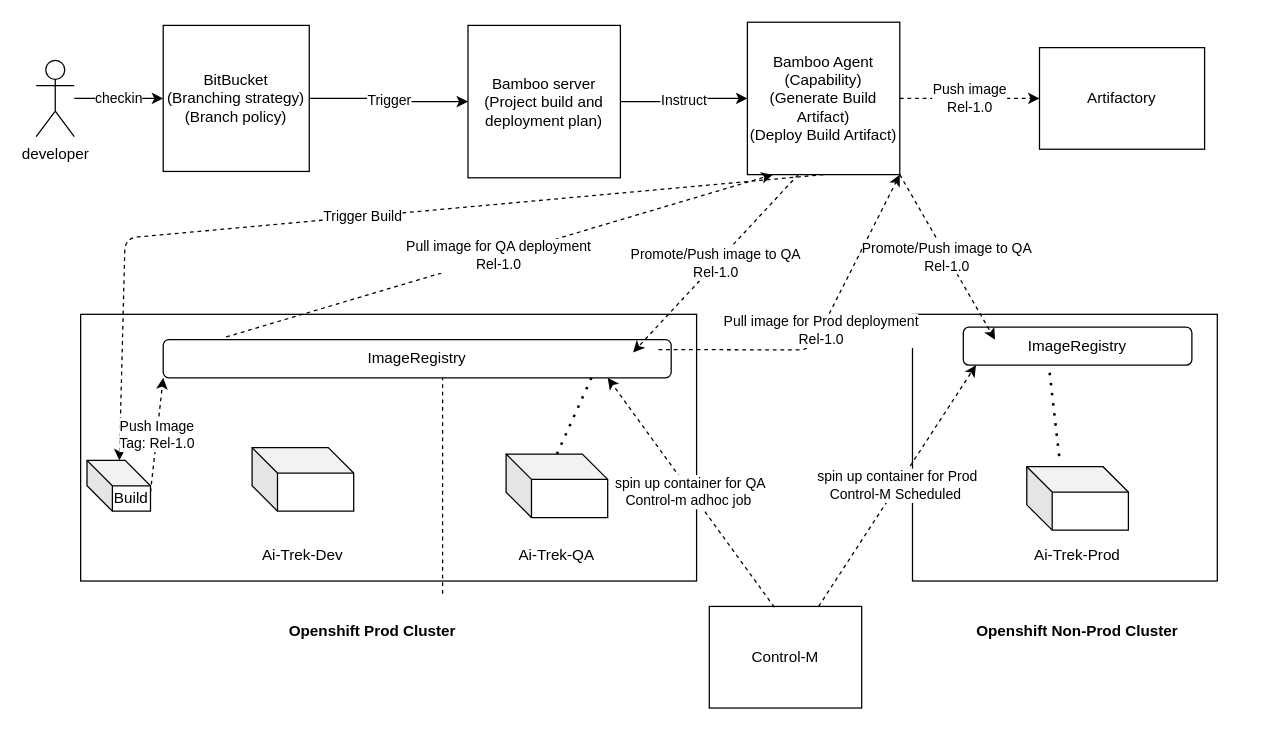
sandeepeat2014/2much2learn keeps this draw.io diagram as CTI.drawio. Above is the earlier version. Source tidied: cells renumbered, new cells numbered last; positions are measured from the earlier drawing's top-left corner, leaving out a move shared by most shapes. Both pictures are drawn from the tidied source at 127%, with x=0, y=0 at pixel (36, 22).
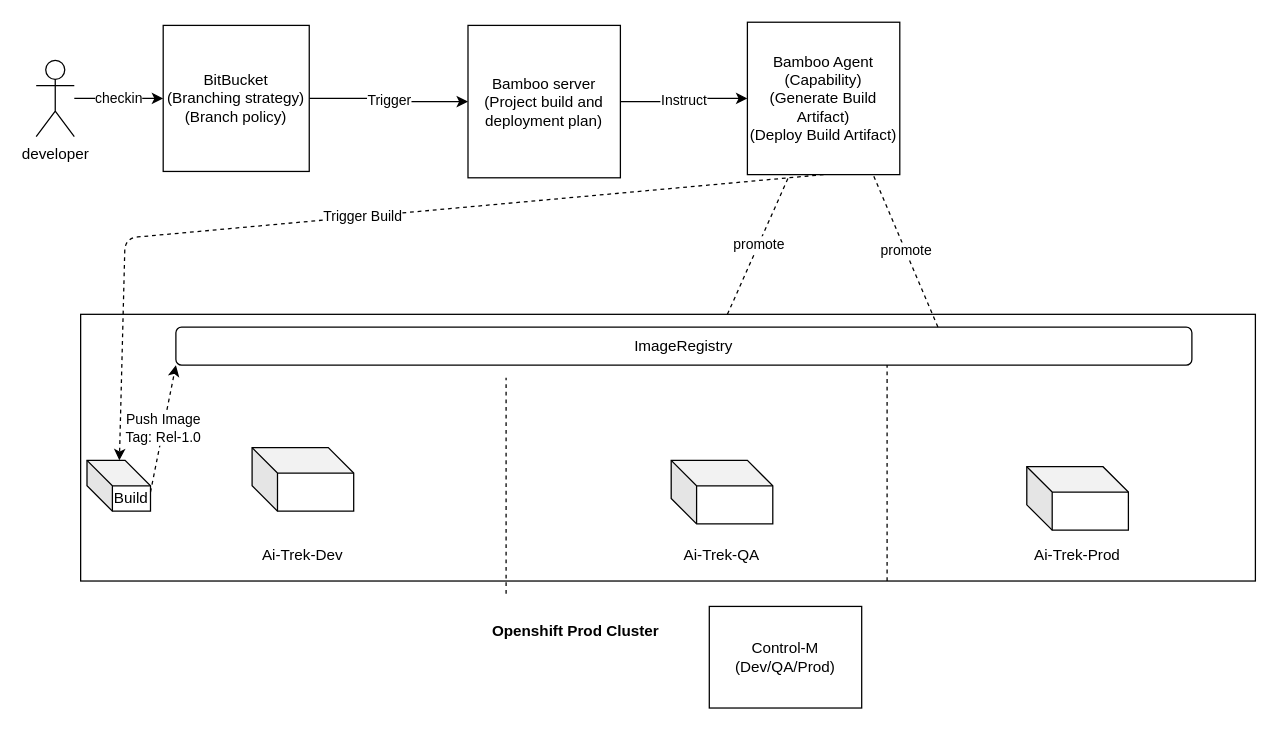
The same diagram, later.

Unchanged cells that the change refers to:
```xml
<mxCell id="9" value="Bamboo Agent&lt;br&gt;(Capability)&lt;br&gt;(Generate Build Artifact)&lt;br&gt;(Deploy Build Artifact)" style="rounded=0;whiteSpace=wrap;html=1;" parent="1" vertex="1">
  <mxGeometry x="560" width="120" height="120" as="geometry" />
</mxCell>
```

Diff of the diagram source:
```diff
@@
-    <mxCell id="8" value="Push image&lt;br&gt;Rel-1.0" style="edgeStyle=orthogonalEdgeStyle;rounded=0;jettySize=auto;html=1;dashed=1;" parent="1" edge="1" source="9" target="10">
-      <mxGeometry relative="1" as="geometry" />
-    </mxCell>
@@
-    <mxCell id="10" value="Artifactory" style="rounded=0;whiteSpace=wrap;html=1;" parent="1" vertex="1">
-      <mxGeometry x="790" y="20" width="130" height="80" as="geometry" />
-    </mxCell>
     <mxCell id="11" style="rounded=0;whiteSpace=wrap;html=1;" parent="1" vertex="1">
-      <mxGeometry x="35" y="230" width="485" height="210" as="geometry" />
+      <mxGeometry x="35" y="230" width="925" height="210" as="geometry" />
     </mxCell>
-    <mxCell id="12" value="Openshift Non-Prod Cluster" style="text;html=1;strokeColor=none;fillColor=none;align=center;verticalAlign=middle;whiteSpace=wrap;rounded=0;fontStyle=1;" parent="1" vertex="1">
-      <mxGeometry x="725" y="470" width="190" height="20" as="geometry" />
-    </mxCell>
     <mxCell id="13" value="ImageRegistry" style="rounded=1;whiteSpace=wrap;html=1;" parent="1" vertex="1">
-      <mxGeometry x="100" y="250" width="400" height="30" as="geometry" />
+      <mxGeometry x="110" y="240" width="800" height="30" as="geometry" />
     </mxCell>
-    <mxCell id="14" value="Control-M" style="rounded=0;whiteSpace=wrap;html=1;" parent="1" vertex="1">
+    <mxCell id="14" value="Control-M&lt;br&gt;(Dev/QA/Prod)" style="rounded=0;whiteSpace=wrap;html=1;" parent="1" vertex="1">
       <mxGeometry x="530" y="460" width="120" height="80" as="geometry" />
     </mxCell>
     <mxCell id="15" style="shape=cube;whiteSpace=wrap;html=1;boundedLbl=1;backgroundOutline=1;darkOpacity=0.05;darkOpacity2=0.1;" parent="1" vertex="1">
-      <mxGeometry x="370" y="340" width="80" height="50" as="geometry" />
+      <mxGeometry x="500" y="345" width="80" height="50" as="geometry" />
     </mxCell>
@@
     <mxCell id="17" style="endArrow=none;dashed=1;html=1;exitX=0.5;exitY=0;exitDx=0;exitDy=0;" parent="1" edge="1">
       <mxGeometry relative="1" as="geometry">
-        <mxPoint x="320" y="450" as="sourcePoint" />
-        <mxPoint x="320" y="280" as="targetPoint" />
+        <mxPoint x="370" y="450" as="sourcePoint" />
+        <mxPoint x="370" y="280" as="targetPoint" />
       </mxGeometry>
     </mxCell>
     <mxCell id="18" value="Ai-Trek-QA" style="text;html=1;strokeColor=none;fillColor=none;align=center;verticalAlign=middle;whiteSpace=wrap;rounded=0;" parent="1" vertex="1">
-      <mxGeometry x="370" y="410" width="80" height="20" as="geometry" />
+      <mxGeometry x="500" y="410" width="80" height="20" as="geometry" />
     </mxCell>
-    <mxCell id="19" style="rounded=0;whiteSpace=wrap;html=1;" parent="1" vertex="1">
-      <mxGeometry x="690" y="230" width="240" height="210" as="geometry" />
-    </mxCell>
     <mxCell id="20" value="Openshift Prod Cluster" style="text;html=1;strokeColor=none;fillColor=none;align=center;verticalAlign=middle;whiteSpace=wrap;rounded=0;fontStyle=1;" parent="1" vertex="1">
-      <mxGeometry x="180" y="470" width="170" height="20" as="geometry" />
+      <mxGeometry x="340" y="470" width="170" height="20" as="geometry" />
     </mxCell>
-    <mxCell id="21" value="ImageRegistry" style="rounded=1;whiteSpace=wrap;html=1;" parent="1" vertex="1">
-      <mxGeometry x="730" y="240" width="180" height="30" as="geometry" />
-    </mxCell>
@@
-    <mxCell id="28" value="Pull image for QA deployment&lt;br&gt;Rel-1.0" style="endArrow=classic;html=1;dashed=1;exitX=0.124;exitY=-0.073;exitDx=0;exitDy=0;exitPerimeter=0;" parent="1" edge="1" source="13">
-      <mxGeometry relative="1" as="geometry">
-        <mxPoint x="580" y="120" as="targetPoint" />
-      </mxGeometry>
-    </mxCell>
-    <mxCell id="29" value="Promote/Push image to QA&lt;br&gt;Rel-1.0" style="endArrow=classic;html=1;dashed=1;" parent="1" edge="1">
-      <mxGeometry relative="1" as="geometry">
-        <mxPoint x="600" y="120" as="sourcePoint" />
-        <mxPoint x="470" y="260" as="targetPoint" />
-      </mxGeometry>
-    </mxCell>
-    <mxCell id="30" value="spin up container for QA&lt;br&gt;Control-m adhoc job&amp;nbsp;" style="endArrow=classic;html=1;dashed=1;exitX=0.427;exitY=0.008;exitDx=0;exitDy=0;exitPerimeter=0;entryX=0.875;entryY=1;entryDx=0;entryDy=0;entryPerimeter=0;" parent="1" edge="1" source="14" target="13">
-      <mxGeometry relative="1" as="geometry" />
-    </mxCell>
-    <mxCell id="31" style="endArrow=none;dashed=1;html=1;dashPattern=1 3;strokeWidth=2;entryX=0.844;entryY=0.967;entryDx=0;entryDy=0;entryPerimeter=0;" parent="1" edge="1" target="13">
-      <mxGeometry relative="1" as="geometry">
-        <mxPoint x="410" y="340" as="sourcePoint" />
-      </mxGeometry>
-    </mxCell>
-    <mxCell id="32" value="Pull image for Prod deployment&lt;br&gt;Rel-1.0" style="endArrow=classic;html=1;dashed=1;exitX=0.124;exitY=-0.073;exitDx=0;exitDy=0;exitPerimeter=0;entryX=1;entryY=1;entryDx=0;entryDy=0;" parent="1" edge="1" target="9">
-      <mxGeometry relative="1" as="geometry">
-        <mxPoint x="490" y="257.8" as="sourcePoint" />
-        <Array as="points">
-          <mxPoint x="610" y="258" />
-        </Array>
-      </mxGeometry>
-    </mxCell>
-    <mxCell id="33" value="Promote/Push image to QA&lt;br&gt;Rel-1.0" style="endArrow=classic;html=1;dashed=1;exitX=1;exitY=1;exitDx=0;exitDy=0;" parent="1" edge="1" source="9">
-      <mxGeometry relative="1" as="geometry">
-        <mxPoint x="755" y="250" as="targetPoint" />
-      </mxGeometry>
-    </mxCell>
-    <mxCell id="34" value="spin up container for Prod&lt;br&gt;Control-M Scheduled&amp;nbsp;" style="endArrow=classic;html=1;dashed=1;entryX=0.875;entryY=1;entryDx=0;entryDy=0;entryPerimeter=0;" parent="1" edge="1" source="14">
-      <mxGeometry relative="1" as="geometry">
-        <mxPoint x="740" y="270" as="targetPoint" />
-      </mxGeometry>
-    </mxCell>
-    <mxCell id="35" style="endArrow=none;dashed=1;html=1;dashPattern=1 3;strokeWidth=2;" parent="1" edge="1">
-      <mxGeometry relative="1" as="geometry">
-        <mxPoint x="798" y="276" as="sourcePoint" />
-        <mxPoint x="806" y="346" as="targetPoint" />
-      </mxGeometry>
-    </mxCell>
+    <mxCell id="36" style="endArrow=none;dashed=1;html=1;exitX=0.5;exitY=0;exitDx=0;exitDy=0;" parent="1" edge="1">
+      <mxGeometry relative="1" as="geometry">
+        <mxPoint x="670" y="440" as="sourcePoint" />
+        <mxPoint x="670" y="270" as="targetPoint" />
+      </mxGeometry>
+    </mxCell>
+    <mxCell id="37" value="promote" style="endArrow=none;dashed=1;html=1;" parent="1" edge="1" source="11" target="9">
+      <mxGeometry relative="1" as="geometry" />
+    </mxCell>
+    <mxCell id="38" value="promote" style="endArrow=none;dashed=1;html=1;exitX=0.75;exitY=0;exitDx=0;exitDy=0;" parent="1" edge="1" source="13">
+      <mxGeometry relative="1" as="geometry">
+        <mxPoint x="659" y="120" as="targetPoint" />
+      </mxGeometry>
+    </mxCell>
```
